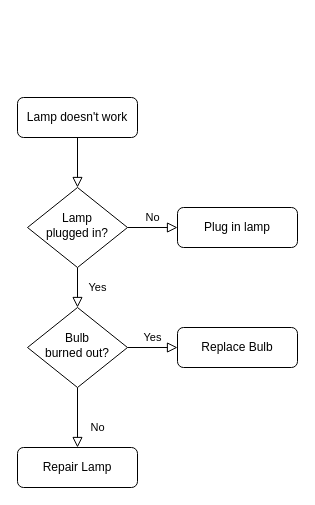
Above: Untitled Diagram.drawio in ASDAH-Digtal/bible-quiz-python-Maori-boi (draw.io), before the change. Source tidied: cells renumbered, new cells numbered last; positions are measured from the earlier drawing's top-left corner, leaving out a move shared by most shapes. Both pictures are drawn from the tidied source at 100%, with x=0, y=0 at pixel (17, 97).
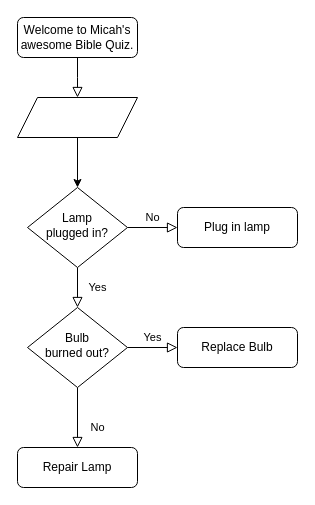
The same page after the edit.

Diff of the diagram source:
```diff
@@
 <mxGraphModel>
   <root>
     <mxCell id="0" />
     <mxCell id="1" parent="0" />
-    <mxCell id="2" style="rounded=0;html=1;jettySize=auto;fontSize=11;endArrow=block;endFill=0;endSize=8;strokeWidth=1;shadow=0;labelBackgroundColor=none;edgeStyle=orthogonalEdgeStyle;" parent="1" edge="1" source="3" target="6">
-      <mxGeometry relative="1" as="geometry" />
+    <mxCell id="2" style="rounded=0;html=1;jettySize=auto;fontSize=11;endArrow=block;endFill=0;endSize=8;strokeWidth=1;shadow=0;labelBackgroundColor=none;edgeStyle=orthogonalEdgeStyle;" parent="1" edge="1" source="3">
+      <mxGeometry relative="1" as="geometry">
+        <mxPoint x="60" as="targetPoint" />
+      </mxGeometry>
     </mxCell>
-    <mxCell id="3" value="Lamp doesn't work" style="rounded=1;whiteSpace=wrap;html=1;fontSize=12;glass=0;strokeWidth=1;shadow=0;" parent="1" vertex="1">
-      <mxGeometry width="120" height="40" as="geometry" />
+    <mxCell id="3" value="Welcome to Micah's awesome Bible Quiz." style="rounded=1;whiteSpace=wrap;html=1;fontSize=12;glass=0;strokeWidth=1;shadow=0;" parent="1" vertex="1">
+      <mxGeometry y="-80" width="120" height="40" as="geometry" />
     </mxCell>
     <mxCell id="4" value="Yes" style="rounded=0;html=1;jettySize=auto;fontSize=11;endArrow=block;endFill=0;endSize=8;strokeWidth=1;shadow=0;labelBackgroundColor=none;edgeStyle=orthogonalEdgeStyle;" parent="1" edge="1" source="6" target="10">
       <mxGeometry y="20" relative="1" as="geometry" />
     </mxCell>
     <mxCell id="5" value="No" style="edgeStyle=orthogonalEdgeStyle;rounded=0;html=1;jettySize=auto;fontSize=11;endArrow=block;endFill=0;endSize=8;strokeWidth=1;shadow=0;labelBackgroundColor=none;" parent="1" edge="1" source="6" target="7">
       <mxGeometry y="10" relative="1" as="geometry" />
     </mxCell>
     <mxCell id="6" value="Lamp&lt;br&gt;plugged in?" style="rhombus;whiteSpace=wrap;html=1;shadow=0;fontFamily=Helvetica;fontSize=12;align=center;strokeWidth=1;spacing=6;spacingTop=-4;" parent="1" vertex="1">
       <mxGeometry x="10" y="90" width="100" height="80" as="geometry" />
     </mxCell>
     <mxCell id="7" value="Plug in lamp" style="rounded=1;whiteSpace=wrap;html=1;fontSize=12;glass=0;strokeWidth=1;shadow=0;" parent="1" vertex="1">
       <mxGeometry x="160" y="110" width="120" height="40" as="geometry" />
     </mxCell>
     <mxCell id="8" value="No" style="rounded=0;html=1;jettySize=auto;fontSize=11;endArrow=block;endFill=0;endSize=8;strokeWidth=1;shadow=0;labelBackgroundColor=none;edgeStyle=orthogonalEdgeStyle;" parent="1" edge="1" source="10" target="11">
       <mxGeometry x="0.33" y="20" relative="1" as="geometry" />
     </mxCell>
     <mxCell id="9" value="Yes" style="edgeStyle=orthogonalEdgeStyle;rounded=0;html=1;jettySize=auto;fontSize=11;endArrow=block;endFill=0;endSize=8;strokeWidth=1;shadow=0;labelBackgroundColor=none;" parent="1" edge="1" source="10" target="12">
       <mxGeometry y="10" relative="1" as="geometry" />
     </mxCell>
     <mxCell id="10" value="Bulb&lt;br&gt;burned out?" style="rhombus;whiteSpace=wrap;html=1;shadow=0;fontFamily=Helvetica;fontSize=12;align=center;strokeWidth=1;spacing=6;spacingTop=-4;" parent="1" vertex="1">
       <mxGeometry x="10" y="210" width="100" height="80" as="geometry" />
     </mxCell>
     <mxCell id="11" value="Repair Lamp" style="rounded=1;whiteSpace=wrap;html=1;fontSize=12;glass=0;strokeWidth=1;shadow=0;" parent="1" vertex="1">
       <mxGeometry y="350" width="120" height="40" as="geometry" />
     </mxCell>
     <mxCell id="12" value="Replace Bulb" style="rounded=1;whiteSpace=wrap;html=1;fontSize=12;glass=0;strokeWidth=1;shadow=0;" parent="1" vertex="1">
       <mxGeometry x="160" y="230" width="120" height="40" as="geometry" />
     </mxCell>
+    <mxCell id="13" style="edgeStyle=orthogonalEdgeStyle;rounded=0;jettySize=auto;html=1;" parent="1" edge="1" source="14" target="6">
+      <mxGeometry relative="1" as="geometry" />
+    </mxCell>
+    <mxCell id="14" style="shape=parallelogram;perimeter=parallelogramPerimeter;whiteSpace=wrap;html=1;fixedSize=1;" parent="1" vertex="1">
+      <mxGeometry width="120" height="40" as="geometry" />
+    </mxCell>
   </root>
 </mxGraphModel>
```
